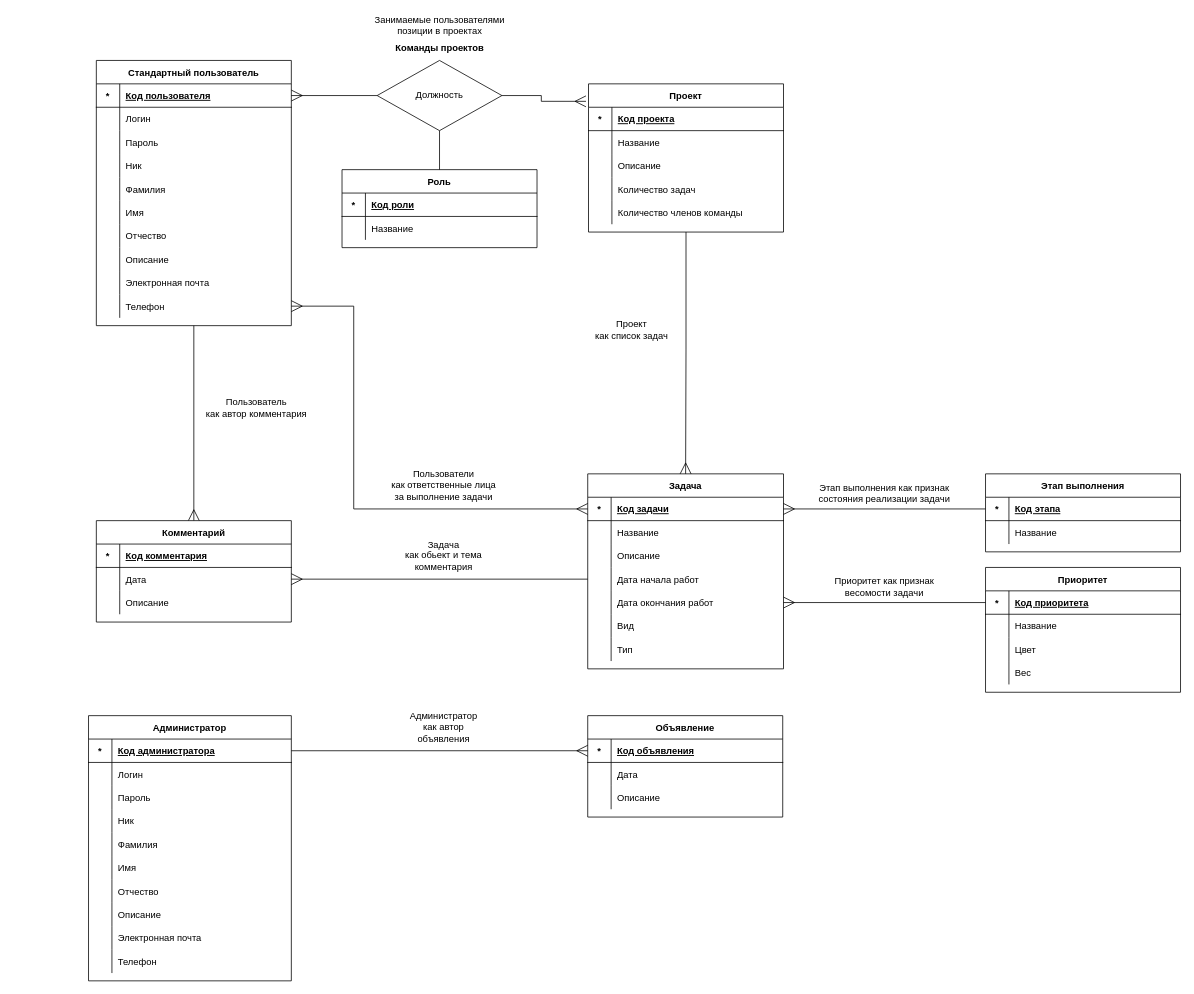
Before: doc/erd.drawio in UlrixSingle/task-manager-suai-23, a draw.io diagram. Source tidied: cells renumbered, new cells numbered last; positions are measured from the earlier drawing's top-left corner, leaving out a move shared by most shapes. Both pictures are drawn from the tidied source at 78%, with x=0, y=0 at pixel (88, 13).
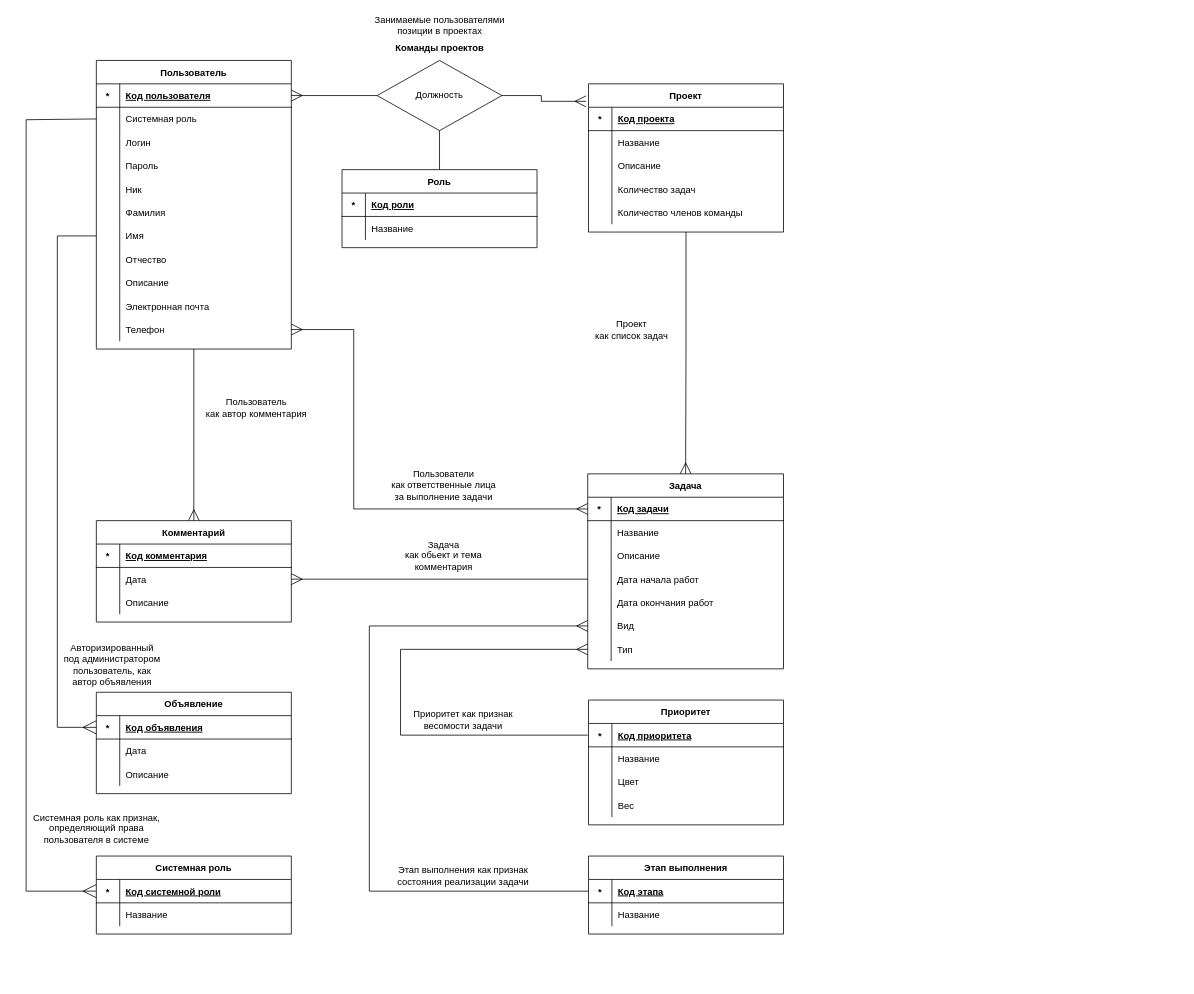
Above is the later version.

The change refers to these unchanged cells:
```xml
<mxCell id="50" style="shape=partialRectangle;fillColor=none;points=[[0,0.5],[1,0.5]];portConstraint=eastwest;top=0;left=0;right=0;bottom=1;" parent="49" vertex="1">
  <mxGeometry y="30" width="251" height="30" as="geometry" />
</mxCell>
<mxCell id="62" style="shape=partialRectangle;fillColor=none;points=[[0,0.5],[1,0.5]];portConstraint=eastwest;top=0;left=0;right=0;bottom=0;" parent="49" vertex="1">
  <mxGeometry y="150" width="251" height="30" as="geometry" />
</mxCell>
<mxCell id="65" style="shape=partialRectangle;fillColor=none;points=[[0,0.5],[1,0.5]];portConstraint=eastwest;top=0;left=0;right=0;bottom=0;" parent="49" vertex="1">
  <mxGeometry y="180" width="251" height="30" as="geometry" />
</mxCell>
<mxCell id="68" style="shape=partialRectangle;fillColor=none;points=[[0,0.5],[1,0.5]];portConstraint=eastwest;top=0;left=0;right=0;bottom=0;" parent="49" vertex="1">
  <mxGeometry y="210" width="251" height="30" as="geometry" />
</mxCell>
<mxCell id="83" style="shape=partialRectangle;fillColor=none;points=[[0,0.5],[1,0.5]];portConstraint=eastwest;top=0;left=0;right=0;bottom=1;" parent="82" vertex="1">
  <mxGeometry y="30" width="250" height="30" as="geometry" />
</mxCell>
<mxCell id="99" style="shape=partialRectangle;fillColor=none;points=[[0,0.5],[1,0.5]];portConstraint=eastwest;top=0;left=0;right=0;bottom=0;" parent="95" vertex="1">
  <mxGeometry y="60" width="250" height="30" as="geometry" />
</mxCell>
<mxCell id="139" style="shape=partialRectangle;fillColor=none;points=[[0,0.5],[1,0.5]];portConstraint=eastwest;top=0;left=0;right=0;bottom=1;" parent="138" vertex="1">
  <mxGeometry y="30" width="250" height="30" as="geometry" />
</mxCell>
<mxCell id="158" style="shape=partialRectangle;fillColor=none;points=[[0,0.5],[1,0.5]];portConstraint=eastwest;top=0;left=0;right=0;bottom=1;" parent="157" vertex="1">
  <mxGeometry y="30" width="250" height="30" as="geometry" />
</mxCell>
```

Diff of the diagram source:
```diff
@@
-    <mxCell id="2" value="Администратор" style="shape=table;startSize=30;childLayout=tableLayout;rowLines=0;fontStyle=1;align=center;" parent="1" vertex="1">
-      <mxGeometry y="900" width="260" height="340" as="geometry" />
-    </mxCell>
-    <mxCell id="3" style="shape=partialRectangle;fillColor=none;points=[[0,0.5],[1,0.5]];portConstraint=eastwest;top=0;left=0;right=0;bottom=1;" parent="2" vertex="1">
-      <mxGeometry y="30" width="260" height="30" as="geometry" />
-    </mxCell>
-    <mxCell id="4" value="*" style="shape=partialRectangle;overflow=hidden;fillColor=none;top=0;left=0;bottom=0;right=0;fontStyle=1;" parent="3" vertex="1">
-      <mxGeometry width="30" height="30" as="geometry" />
-    </mxCell>
-    <mxCell id="5" value="Код администратора" style="shape=partialRectangle;overflow=hidden;fillColor=none;top=0;left=0;bottom=0;right=0;align=left;spacingLeft=6;fontStyle=5;" parent="3" vertex="1">
-      <mxGeometry x="30" width="230" height="30" as="geometry" />
-    </mxCell>
-    <mxCell id="6" style="shape=partialRectangle;fillColor=none;top=0;left=0;right=0;bottom=0;" parent="2" vertex="1">
-      <mxGeometry y="60" width="260" height="30" as="geometry" />
-    </mxCell>
-    <mxCell id="7" style="shape=partialRectangle;overflow=hidden;fillColor=none;top=0;left=0;bottom=0;right=0;" parent="6" vertex="1">
-      <mxGeometry width="30" height="30" as="geometry" />
-    </mxCell>
-    <mxCell id="8" value="Логин" style="shape=partialRectangle;overflow=hidden;fillColor=none;top=0;left=0;bottom=0;right=0;align=left;spacingLeft=6;" parent="6" vertex="1">
-      <mxGeometry x="30" width="230" height="30" as="geometry" />
-    </mxCell>
-    <mxCell id="9" style="shape=partialRectangle;fillColor=none;top=0;left=0;right=0;bottom=0;" parent="2" vertex="1">
-      <mxGeometry y="90" width="260" height="30" as="geometry" />
-    </mxCell>
-    <mxCell id="10" style="shape=partialRectangle;overflow=hidden;fillColor=none;top=0;left=0;bottom=0;right=0;" parent="9" vertex="1">
-      <mxGeometry width="30" height="30" as="geometry" />
-    </mxCell>
-    <mxCell id="11" value="Пароль" style="shape=partialRectangle;overflow=hidden;fillColor=none;top=0;left=0;bottom=0;right=0;align=left;spacingLeft=6;" parent="9" vertex="1">
-      <mxGeometry x="30" width="230" height="30" as="geometry" />
-    </mxCell>
-    <mxCell id="12" style="shape=partialRectangle;fillColor=none;top=0;left=0;right=0;bottom=0;" parent="2" vertex="1">
-      <mxGeometry y="120" width="260" height="30" as="geometry" />
-    </mxCell>
-    <mxCell id="13" style="shape=partialRectangle;overflow=hidden;fillColor=none;top=0;left=0;bottom=0;right=0;" parent="12" vertex="1">
-      <mxGeometry width="30" height="30" as="geometry" />
-    </mxCell>
-    <mxCell id="14" value="Ник" style="shape=partialRectangle;overflow=hidden;fillColor=none;top=0;left=0;bottom=0;right=0;align=left;spacingLeft=6;" parent="12" vertex="1">
-      <mxGeometry x="30" width="230" height="30" as="geometry" />
-    </mxCell>
-    <mxCell id="15" style="shape=partialRectangle;fillColor=none;top=0;left=0;right=0;bottom=0;" parent="2" vertex="1">
-      <mxGeometry y="150" width="260" height="30" as="geometry" />
-    </mxCell>
-    <mxCell id="16" style="shape=partialRectangle;overflow=hidden;fillColor=none;top=0;left=0;bottom=0;right=0;" parent="15" vertex="1">
-      <mxGeometry width="30" height="30" as="geometry" />
-    </mxCell>
-    <mxCell id="17" value="Фамилия" style="shape=partialRectangle;overflow=hidden;fillColor=none;top=0;left=0;bottom=0;right=0;align=left;spacingLeft=6;" parent="15" vertex="1">
-      <mxGeometry x="30" width="230" height="30" as="geometry" />
-    </mxCell>
-    <mxCell id="18" style="shape=partialRectangle;fillColor=none;top=0;left=0;right=0;bottom=0;" parent="2" vertex="1">
-      <mxGeometry y="180" width="260" height="30" as="geometry" />
-    </mxCell>
-    <mxCell id="19" style="shape=partialRectangle;overflow=hidden;fillColor=none;top=0;left=0;bottom=0;right=0;" parent="18" vertex="1">
-      <mxGeometry width="30" height="30" as="geometry" />
-    </mxCell>
-    <mxCell id="20" value="Имя" style="shape=partialRectangle;overflow=hidden;fillColor=none;top=0;left=0;bottom=0;right=0;align=left;spacingLeft=6;" parent="18" vertex="1">
-      <mxGeometry x="30" width="230" height="30" as="geometry" />
-    </mxCell>
-    <mxCell id="21" style="shape=partialRectangle;fillColor=none;top=0;left=0;right=0;bottom=0;" parent="2" vertex="1">
-      <mxGeometry y="210" width="260" height="30" as="geometry" />
-    </mxCell>
-    <mxCell id="22" style="shape=partialRectangle;overflow=hidden;fillColor=none;top=0;left=0;bottom=0;right=0;" parent="21" vertex="1">
-      <mxGeometry width="30" height="30" as="geometry" />
-    </mxCell>
-    <mxCell id="23" value="Отчество" style="shape=partialRectangle;overflow=hidden;fillColor=none;top=0;left=0;bottom=0;right=0;align=left;spacingLeft=6;" parent="21" vertex="1">
-      <mxGeometry x="30" width="230" height="30" as="geometry" />
-    </mxCell>
-    <mxCell id="24" style="shape=partialRectangle;fillColor=none;top=0;left=0;right=0;bottom=0;" parent="2" vertex="1">
-      <mxGeometry y="240" width="260" height="30" as="geometry" />
-    </mxCell>
-    <mxCell id="25" style="shape=partialRectangle;overflow=hidden;fillColor=none;top=0;left=0;bottom=0;right=0;" parent="24" vertex="1">
-      <mxGeometry width="30" height="30" as="geometry" />
-    </mxCell>
-    <mxCell id="26" value="Описание" style="shape=partialRectangle;overflow=hidden;fillColor=none;top=0;left=0;bottom=0;right=0;align=left;spacingLeft=6;" parent="24" vertex="1">
-      <mxGeometry x="30" width="230" height="30" as="geometry" />
-    </mxCell>
-    <mxCell id="27" style="shape=partialRectangle;fillColor=none;top=0;left=0;right=0;bottom=0;" parent="2" vertex="1">
-      <mxGeometry y="270" width="260" height="30" as="geometry" />
-    </mxCell>
-    <mxCell id="28" style="shape=partialRectangle;overflow=hidden;fillColor=none;top=0;left=0;bottom=0;right=0;" parent="27" vertex="1">
-      <mxGeometry width="30" height="30" as="geometry" />
-    </mxCell>
-    <mxCell id="29" value="Электронная почта" style="shape=partialRectangle;overflow=hidden;fillColor=none;top=0;left=0;bottom=0;right=0;align=left;spacingLeft=6;" parent="27" vertex="1">
-      <mxGeometry x="30" width="230" height="30" as="geometry" />
-    </mxCell>
-    <mxCell id="30" style="shape=partialRectangle;fillColor=none;top=0;left=0;right=0;bottom=0;" parent="2" vertex="1">
-      <mxGeometry y="300" width="260" height="30" as="geometry" />
-    </mxCell>
-    <mxCell id="31" style="shape=partialRectangle;overflow=hidden;fillColor=none;top=0;left=0;bottom=0;right=0;" parent="30" vertex="1">
-      <mxGeometry width="30" height="30" as="geometry" />
-    </mxCell>
-    <mxCell id="32" value="Телефон" style="shape=partialRectangle;overflow=hidden;fillColor=none;top=0;left=0;bottom=0;right=0;align=left;spacingLeft=6;" parent="30" vertex="1">
-      <mxGeometry x="30" width="230" height="30" as="geometry" />
-    </mxCell>
@@
     <mxCell id="82" value="Приоритет" style="shape=table;startSize=30;childLayout=tableLayout;rowLines=0;fontStyle=1;align=center;" parent="1" vertex="1">
-      <mxGeometry x="1150" y="710" width="250" height="160" as="geometry" />
+      <mxGeometry x="641" y="880" width="250" height="160" as="geometry" />
     </mxCell>
@@
-    <mxCell id="95" value="Стандартный пользователь" style="shape=table;startSize=30;childLayout=tableLayout;rowLines=0;fontStyle=1;align=center;" parent="1" vertex="1">
-      <mxGeometry x="10" y="60" width="250" height="340" as="geometry" />
+    <mxCell id="95" value="Пользователь" style="shape=table;startSize=30;childLayout=tableLayout;rowLines=0;fontStyle=1;align=center;" parent="1" vertex="1">
+      <mxGeometry x="10" y="60" width="250" height="370" as="geometry" />
     </mxCell>
@@
-    <mxCell id="101" value="Логин" style="shape=partialRectangle;overflow=hidden;fillColor=none;top=0;left=0;bottom=0;right=0;align=left;spacingLeft=6;" parent="99" vertex="1">
+    <mxCell id="101" value="Системная роль" style="shape=partialRectangle;overflow=hidden;fillColor=none;top=0;left=0;bottom=0;right=0;align=left;spacingLeft=6;" parent="99" vertex="1">
       <mxGeometry x="30" width="220" height="30" as="geometry" />
     </mxCell>
+    <mxCell id="170" style="shape=partialRectangle;fillColor=none;top=0;left=0;right=0;bottom=0;" parent="95" vertex="1">
+      <mxGeometry y="90" width="250" height="30" as="geometry" />
+    </mxCell>
+    <mxCell id="171" style="shape=partialRectangle;overflow=hidden;fillColor=none;top=0;left=0;bottom=0;right=0;" parent="170" vertex="1">
+      <mxGeometry width="30" height="30" as="geometry" />
+    </mxCell>
+    <mxCell id="8" value="Логин" style="shape=partialRectangle;overflow=hidden;fillColor=none;top=0;left=0;bottom=0;right=0;align=left;spacingLeft=6;" parent="170" vertex="1">
+      <mxGeometry x="30" width="220" height="30" as="geometry" />
+    </mxCell>
     <mxCell id="102" style="shape=partialRectangle;fillColor=none;top=0;left=0;right=0;bottom=0;" parent="95" vertex="1">
-      <mxGeometry y="90" width="250" height="30" as="geometry" />
+      <mxGeometry y="120" width="250" height="30" as="geometry" />
     </mxCell>
@@
     <mxCell id="105" style="shape=partialRectangle;fillColor=none;top=0;left=0;right=0;bottom=0;" parent="95" vertex="1">
-      <mxGeometry y="120" width="250" height="30" as="geometry" />
+      <mxGeometry y="150" width="250" height="30" as="geometry" />
     </mxCell>
@@
     <mxCell id="108" style="shape=partialRectangle;fillColor=none;top=0;left=0;right=0;bottom=0;" parent="95" vertex="1">
-      <mxGeometry y="150" width="250" height="30" as="geometry" />
+      <mxGeometry y="180" width="250" height="30" as="geometry" />
     </mxCell>
@@
     <mxCell id="111" style="shape=partialRectangle;fillColor=none;points=[[0,0.5],[1,0.5]];portConstraint=eastwest;top=0;left=0;right=0;bottom=0;" parent="95" vertex="1">
-      <mxGeometry y="180" width="250" height="30" as="geometry" />
+      <mxGeometry y="210" width="250" height="30" as="geometry" />
     </mxCell>
@@
     <mxCell id="114" style="shape=partialRectangle;fillColor=none;top=0;left=0;right=0;bottom=0;" parent="95" vertex="1">
-      <mxGeometry y="210" width="250" height="30" as="geometry" />
+      <mxGeometry y="240" width="250" height="30" as="geometry" />
     </mxCell>
@@
     <mxCell id="117" style="shape=partialRectangle;fillColor=none;top=0;left=0;right=0;bottom=0;" parent="95" vertex="1">
-      <mxGeometry y="240" width="250" height="30" as="geometry" />
+      <mxGeometry y="270" width="250" height="30" as="geometry" />
     </mxCell>
@@
     <mxCell id="120" style="shape=partialRectangle;fillColor=none;top=0;left=0;right=0;bottom=0;" parent="95" vertex="1">
-      <mxGeometry y="270" width="250" height="30" as="geometry" />
+      <mxGeometry y="300" width="250" height="30" as="geometry" />
     </mxCell>
@@
     <mxCell id="123" style="shape=partialRectangle;fillColor=none;points=[[0,0.5],[1,0.5]];portConstraint=eastwest;top=0;left=0;right=0;bottom=0;" parent="95" vertex="1">
-      <mxGeometry y="300" width="250" height="30" as="geometry" />
+      <mxGeometry y="330" width="250" height="30" as="geometry" />
     </mxCell>
@@
     <mxCell id="135" style="edgeStyle=orthogonalEdgeStyle;rounded=0;jettySize=auto;html=1;exitX=1;exitY=0.5;exitDx=0;exitDy=0;entryX=0;entryY=0.5;entryDx=0;entryDy=0;endArrow=ERmany;endFill=0;endSize=12;startSize=12;startArrow=ERmany;startFill=0;" parent="1" edge="1" source="123" target="50">
       <mxGeometry relative="1" as="geometry">
         <Array as="points">
-          <mxPoint x="340" y="375" />
+          <mxPoint x="340" y="405" />
           <mxPoint x="340" y="635" />
         </Array>
       </mxGeometry>
     </mxCell>
@@
     <mxCell id="137" value="Приоритет как признак&lt;br&gt;весомости задачи" style="text;html=1;align=center;verticalAlign=middle;strokeColor=none;fillColor=none;" parent="1" vertex="1">
-      <mxGeometry x="950" y="720" width="140" height="30" as="geometry" />
+      <mxGeometry x="410" y="890" width="140" height="30" as="geometry" />
     </mxCell>
     <mxCell id="138" value="Этап выполнения" style="shape=table;startSize=30;childLayout=tableLayout;rowLines=0;fontStyle=1;align=center;" parent="1" vertex="1">
-      <mxGeometry x="1150" y="590" width="250" height="100" as="geometry" />
+      <mxGeometry x="641" y="1080" width="250" height="100" as="geometry" />
     </mxCell>
@@
     <mxCell id="145" value="Этап выполнения как признак&lt;br&gt;состояния реализации задачи" style="text;html=1;align=center;verticalAlign=middle;strokeColor=none;fillColor=none;" parent="1" vertex="1">
-      <mxGeometry x="930" y="600" width="180" height="30" as="geometry" />
+      <mxGeometry x="390" y="1090" width="180" height="30" as="geometry" />
     </mxCell>
@@
-    <mxCell id="147" style="edgeStyle=orthogonalEdgeStyle;rounded=0;jettySize=auto;html=1;exitX=0;exitY=0.5;exitDx=0;exitDy=0;entryX=1;entryY=0.5;entryDx=0;entryDy=0;endArrow=ERmany;endFill=0;startSize=12;endSize=12;" parent="1" edge="1" source="139" target="50">
-      <mxGeometry relative="1" as="geometry" />
+    <mxCell id="147" style="edgeStyle=orthogonalEdgeStyle;rounded=0;jettySize=auto;html=1;exitX=0;exitY=0.5;exitDx=0;exitDy=0;entryX=0;entryY=0.5;entryDx=0;entryDy=0;endArrow=ERmany;endFill=0;startSize=12;endSize=12;" parent="1" edge="1" source="139" target="65">
+      <mxGeometry relative="1" as="geometry">
+        <Array as="points">
+          <mxPoint x="360" y="1125" />
+          <mxPoint x="360" y="785" />
+        </Array>
+      </mxGeometry>
     </mxCell>
-    <mxCell id="148" style="edgeStyle=orthogonalEdgeStyle;rounded=0;jettySize=auto;html=1;exitX=0;exitY=0.5;exitDx=0;exitDy=0;entryX=1;entryY=0.5;entryDx=0;entryDy=0;endArrow=ERmany;endFill=0;startSize=12;endSize=12;" parent="1" edge="1" source="83" target="62">
-      <mxGeometry relative="1" as="geometry" />
+    <mxCell id="148" style="edgeStyle=orthogonalEdgeStyle;rounded=0;jettySize=auto;html=1;entryX=0;entryY=0.5;entryDx=0;entryDy=0;endArrow=ERmany;endFill=0;startSize=12;endSize=12;" parent="1" edge="1" target="68">
+      <mxGeometry relative="1" as="geometry">
+        <mxPoint x="640" y="925" as="sourcePoint" />
+        <Array as="points">
+          <mxPoint x="400" y="925" />
+          <mxPoint x="400" y="815" />
+        </Array>
+      </mxGeometry>
     </mxCell>
@@
     <mxCell id="157" value="Объявление" style="shape=table;startSize=30;childLayout=tableLayout;rowLines=0;fontStyle=1;align=center;" parent="1" vertex="1">
-      <mxGeometry x="640" y="900" width="250" height="130" as="geometry" />
+      <mxGeometry x="10" y="870" width="250" height="130" as="geometry" />
     </mxCell>
@@
-    <mxCell id="167" style="edgeStyle=orthogonalEdgeStyle;rounded=0;jettySize=auto;html=1;exitX=0;exitY=0.5;exitDx=0;exitDy=0;endSize=12;startSize=12;endArrow=none;endFill=0;startArrow=ERmany;startFill=0;entryX=1;entryY=0.5;entryDx=0;entryDy=0;" parent="1" edge="1" source="158" target="3">
-      <mxGeometry relative="1" as="geometry" />
-    </mxCell>
-    <mxCell id="168" value="Администратор&lt;br&gt;как автор&lt;br&gt;объявления" style="text;html=1;align=center;verticalAlign=middle;strokeColor=none;fillColor=none;" parent="1" vertex="1">
-      <mxGeometry x="405" y="890" width="100" height="50" as="geometry" />
-    </mxCell>
@@
+    <mxCell id="172" value="Системная роль" style="shape=table;startSize=30;childLayout=tableLayout;rowLines=0;fontStyle=1;align=center;" parent="1" vertex="1">
+      <mxGeometry x="10" y="1080" width="250" height="100" as="geometry" />
+    </mxCell>
+    <mxCell id="173" style="shape=partialRectangle;fillColor=none;points=[[0,0.5],[1,0.5]];portConstraint=eastwest;top=0;left=0;right=0;bottom=1;" parent="172" vertex="1">
+      <mxGeometry y="30" width="250" height="30" as="geometry" />
+    </mxCell>
+    <mxCell id="4" value="*" style="shape=partialRectangle;overflow=hidden;fillColor=none;top=0;left=0;bottom=0;right=0;fontStyle=1;" parent="173" vertex="1">
+      <mxGeometry width="30" height="30" as="geometry" />
+    </mxCell>
+    <mxCell id="174" value="Код системной роли" style="shape=partialRectangle;overflow=hidden;fillColor=none;top=0;left=0;bottom=0;right=0;align=left;spacingLeft=6;fontStyle=5;" parent="173" vertex="1">
+      <mxGeometry x="30" width="220" height="30" as="geometry" />
+    </mxCell>
+    <mxCell id="175" style="shape=partialRectangle;fillColor=none;top=0;left=0;right=0;bottom=0;" parent="172" vertex="1">
+      <mxGeometry y="60" width="250" height="30" as="geometry" />
+    </mxCell>
+    <mxCell id="176" style="shape=partialRectangle;overflow=hidden;fillColor=none;top=0;left=0;bottom=0;right=0;" parent="175" vertex="1">
+      <mxGeometry width="30" height="30" as="geometry" />
+    </mxCell>
+    <mxCell id="177" value="Название" style="shape=partialRectangle;overflow=hidden;fillColor=none;top=0;left=0;bottom=0;right=0;align=left;spacingLeft=6;" parent="175" vertex="1">
+      <mxGeometry x="30" width="220" height="30" as="geometry" />
+    </mxCell>
+    <mxCell id="178" style="edgeStyle=orthogonalEdgeStyle;rounded=0;jettySize=auto;html=1;exitX=0;exitY=0.5;exitDx=0;exitDy=0;entryX=0;entryY=0.5;entryDx=0;entryDy=0;endArrow=ERmany;endFill=0;endSize=15;" parent="1" edge="1" source="99" target="173">
+      <mxGeometry relative="1" as="geometry">
+        <Array as="points">
+          <mxPoint x="10" y="136" />
+          <mxPoint x="-80" y="136" />
+          <mxPoint x="-80" y="1125" />
+        </Array>
+      </mxGeometry>
+    </mxCell>
+    <mxCell id="179" style="edgeStyle=orthogonalEdgeStyle;rounded=0;jettySize=auto;html=1;exitX=0;exitY=0.5;exitDx=0;exitDy=0;entryX=0;entryY=0.5;entryDx=0;entryDy=0;endArrow=ERmany;endFill=0;endSize=15;" parent="1" edge="1" source="111" target="158">
+      <mxGeometry relative="1" as="geometry">
+        <Array as="points">
+          <mxPoint x="-40" y="285" />
+          <mxPoint x="-40" y="915" />
+        </Array>
+      </mxGeometry>
+    </mxCell>
+    <mxCell id="180" value="Системная роль как признак,&lt;br&gt;определяющий права&lt;br&gt;пользователя в системе" style="text;html=1;align=center;verticalAlign=middle;strokeColor=none;fillColor=none;" parent="1" vertex="1">
+      <mxGeometry x="-80" y="1020" width="180" height="50" as="geometry" />
+    </mxCell>
+    <mxCell id="181" value="Авторизированный&lt;br&gt;под администратором&lt;br&gt;пользователь, как&lt;br&gt;автор объявления" style="text;html=1;align=center;verticalAlign=middle;strokeColor=none;fillColor=none;" parent="1" vertex="1">
+      <mxGeometry x="-40" y="805" width="140" height="60" as="geometry" />
+    </mxCell>
```
